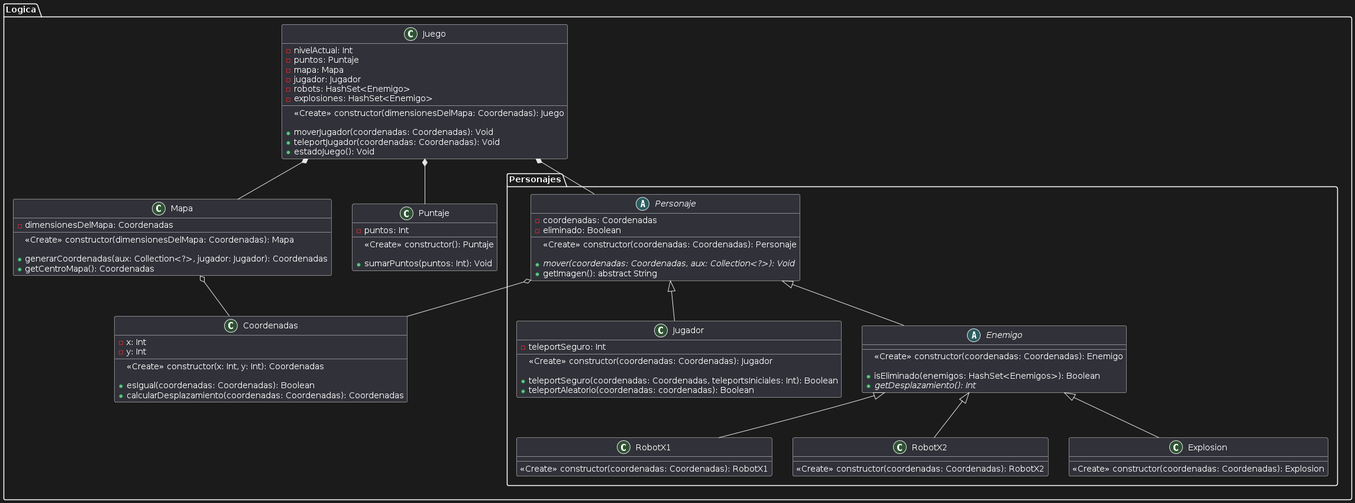
The PlantUML diagram src/main/resources/doc/Diagrama.png in FranInfanti/Robots, before a commit.
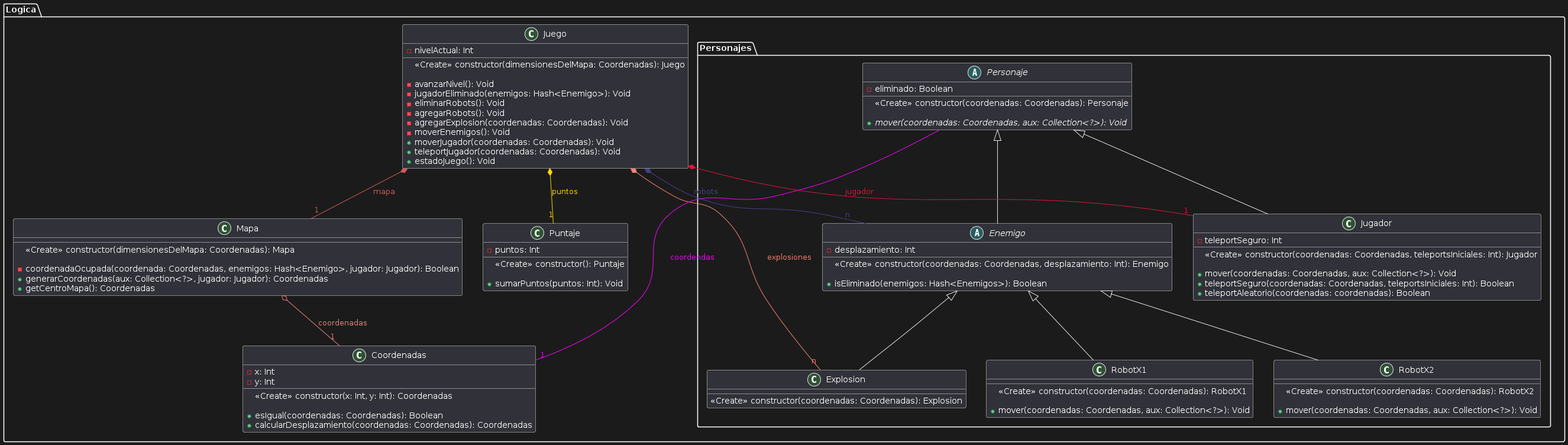
The same file after the commit.

Commit message:
Termino diagrama de clases y la justificacion

Change to the diagram source:
```diff
@@ -2,17 +2,19 @@
 namespace Logica {
     class Juego {
         - nivelActual: Int
-        - puntos: Puntaje
-        - mapa: Mapa
-        - jugador: Jugador
-        - robots: HashSet<Enemigo>
-        - explosiones: HashSet<Enemigo>
 
         <<Create>> constructor(dimensionesDelMapa: Coordenadas): Juego
 
+        - avanzarNivel(): Void
+        - jugadorEliminado(enemigos: Hash<Enemigo>): Void
+        - eliminarRobots(): Void
+        - agregarRobots(): Void
+        - agregarExplosion(coordenadas: Coordenadas): Void
+        - moverEnemigos(): Void
         + moverJugador(coordenadas: Coordenadas): Void
         + teleportJugador(coordenadas: Coordenadas): Void
         + estadoJuego(): Void
+
     }
 
     class Coordenadas {
@@ -26,54 +28,56 @@
     }
 
     class Mapa {
-        - dimensionesDelMapa: Coordenadas
-
         <<Create>> constructor(dimensionesDelMapa: Coordenadas): Mapa
 
+        - coordenadaOcupada(coordenada: Coordenadas, enemigos: Hash<Enemigo>, jugador: Jugador): Boolean
         + generarCoordenadas(aux: Collection<?>, jugador: Jugador): Coordenadas
         + getCentroMapa(): Coordenadas
     }
 
     namespace Personajes {
         abstract class Personaje {
-            - coordenadas: Coordenadas
             - eliminado: Boolean
 
             <<Create>> constructor(coordenadas: Coordenadas): Personaje
 
             {abstract} + mover(coordenadas: Coordenadas, aux: Collection<?>): Void
-            + getImagen(): abstract String
         }
 
         class Jugador extends Personaje {
             - teleportSeguro: Int
 
-            <<Create>> constructor(coordenadas: Coordenadas): Jugador
+            <<Create>> constructor(coordenadas: Coordenadas, teleportsIniciales: Int): Jugador
 
+            + mover(coordenadas: Coordenadas, aux: Collection<?>): Void
             + teleportSeguro(coordenadas: Coordenadas, teleportsIniciales: Int): Boolean
             + teleportAleatorio(coordenadas: coordenadas): Boolean
         }
 
         abstract class Enemigo extends Personaje {
-            <<Create>> constructor(coordenadas: Coordenadas): Enemigo
+            - desplazamiento: Int
 
-            + isEliminado(enemigos: HashSet<Enemigos>): Boolean
-            {abstract} + getDesplazamiento(): Int
+            <<Create>> constructor(coordenadas: Coordenadas, desplazamiento: Int): Enemigo
+
+            + isEliminado(enemigos: Hash<Enemigos>): Boolean
         }
 
         class RobotX1 extends Enemigo {
             <<Create>> constructor(coordenadas: Coordenadas): RobotX1
+
+            + mover(coordenadas: Coordenadas, aux: Collection<?>): Void
         }
 
         class RobotX2 extends Enemigo {
             <<Create>> constructor(coordenadas: Coordenadas): RobotX2
+
+            + mover(coordenadas: Coordenadas, aux: Collection<?>): Void
         }
 
         class Explosion extends Enemigo {
             <<Create>> constructor(coordenadas: Coordenadas): Explosion
         }
     }
-
 
     class Puntaje {
         - puntos: Int
@@ -83,11 +87,13 @@
         + sumarPuntos(puntos: Int): Void
     }
 
-    Juego *-- Personaje
-    Juego *-- Mapa
-    Juego *-- Puntaje
+    Juego *-- "1" Jugador #line:crimson;text:crimson : jugador
+    Juego *-- "n" Enemigo #line:darkslateblue;text:darkslateblue : robots
+    Juego *-- "n" Explosion #line:salmon;text:salmon : explosiones
+    Juego *-- "1" Mapa #line:indianred;text:indianred : mapa
+    Juego *-- "1" Puntaje #line:gold;text:gold : puntos
 
-    Mapa o-- Coordenadas
-    Personaje o-- Coordenadas
+    Mapa o-- "1" Coordenadas #line:lightcoral;text:lightcoral : coordenadas
+    Personaje -- "1" Coordenadas #line:fuchsia;text:fuchsia : coordendas
 }
 @enduml
```
